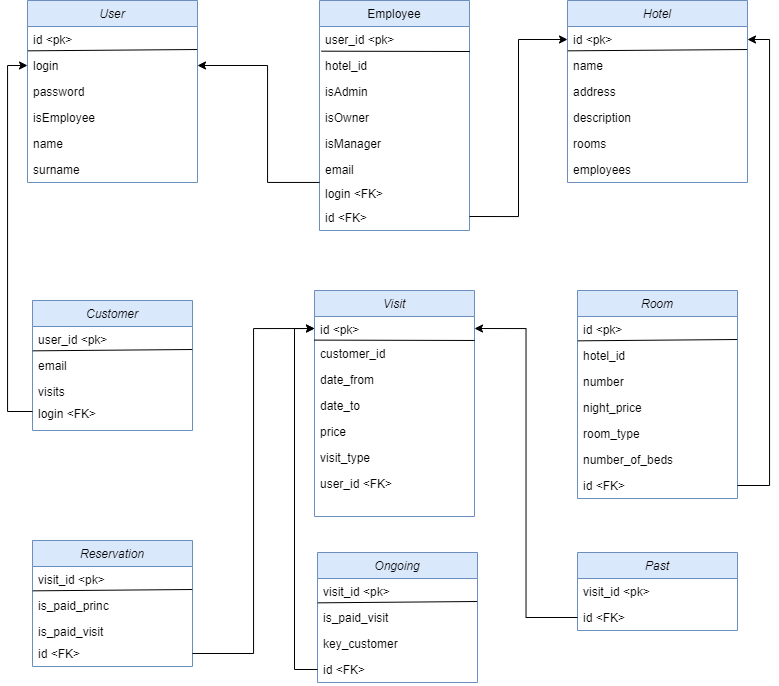
Before: database.png, a diagram exported from draw.io (dp9898cz/IIS-project-2020). Source tidied: cells renumbered, new cells last; positions are measured from the earlier drawing's top-left corner, leaving out a move shared by most shapes.
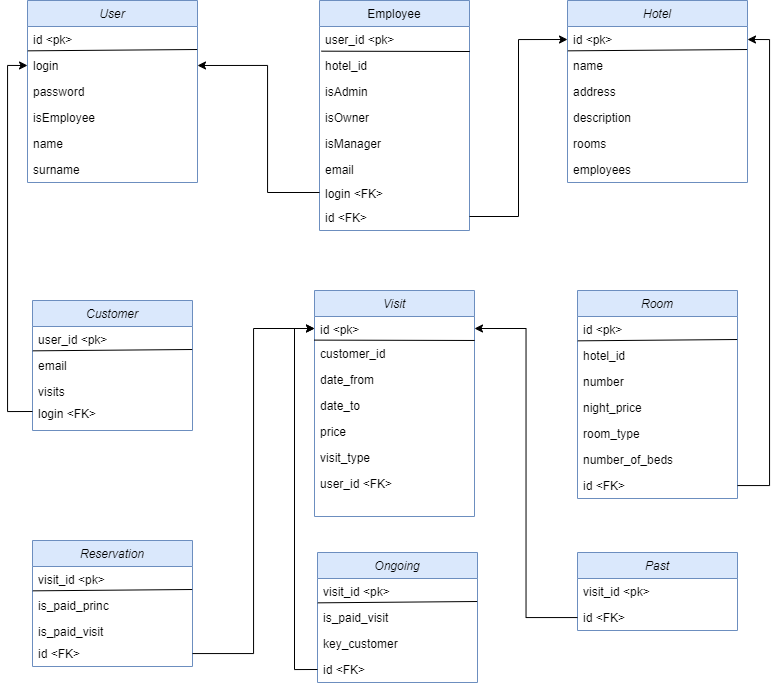
Above is the later version.

The edit, as a diff of the source:
```diff
@@ -200,10 +200,10 @@
     <mxCell id="66" value="id &lt;FK&gt;" style="text;align=left;verticalAlign=top;spacingLeft=4;spacingRight=4;overflow=hidden;points=[[0,0.5],[1,0.5]];portConstraint=eastwest;rounded=0;shadow=0;html=0;" parent="64" vertex="1">
       <mxGeometry y="52" width="160" height="26" as="geometry" />
     </mxCell>
-    <mxCell id="67" style="edgeStyle=orthogonalEdgeStyle;rounded=0;jettySize=auto;html=1;entryX=1;entryY=0.5;entryDx=0;entryDy=0;fontColor=#000000;" parent="1" edge="1" source="18" target="4">
+    <mxCell id="67" style="edgeStyle=orthogonalEdgeStyle;rounded=0;jettySize=auto;html=1;entryX=1;entryY=0.5;entryDx=0;entryDy=0;fontColor=#000000;exitX=0;exitY=0.5;exitDx=0;exitDy=0;" parent="1" edge="1" source="18" target="4">
       <mxGeometry relative="1" as="geometry">
         <Array as="points">
-          <mxPoint x="240" y="182" />
+          <mxPoint x="240" y="192" />
           <mxPoint x="240" y="65" />
         </Array>
       </mxGeometry>
```
